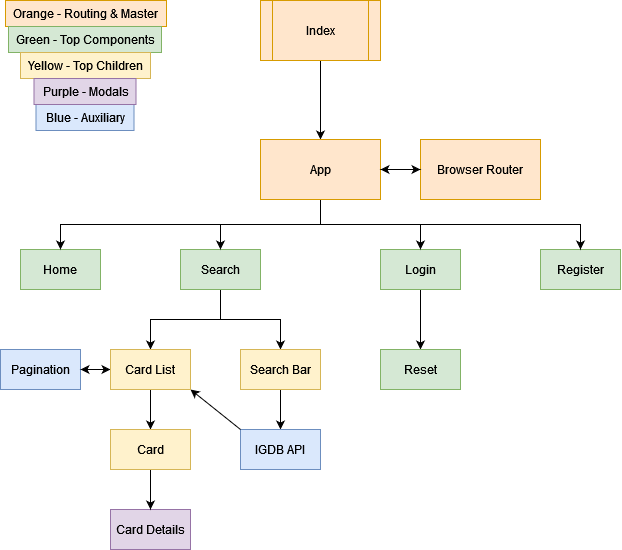
Earlier version of the draw.io export GuestArchitecture.png (EmilAvramov/react-defense-project). Source tidied: cells renumbered, new cells last; positions are measured from the earlier drawing's top-left corner, leaving out a move shared by most shapes.
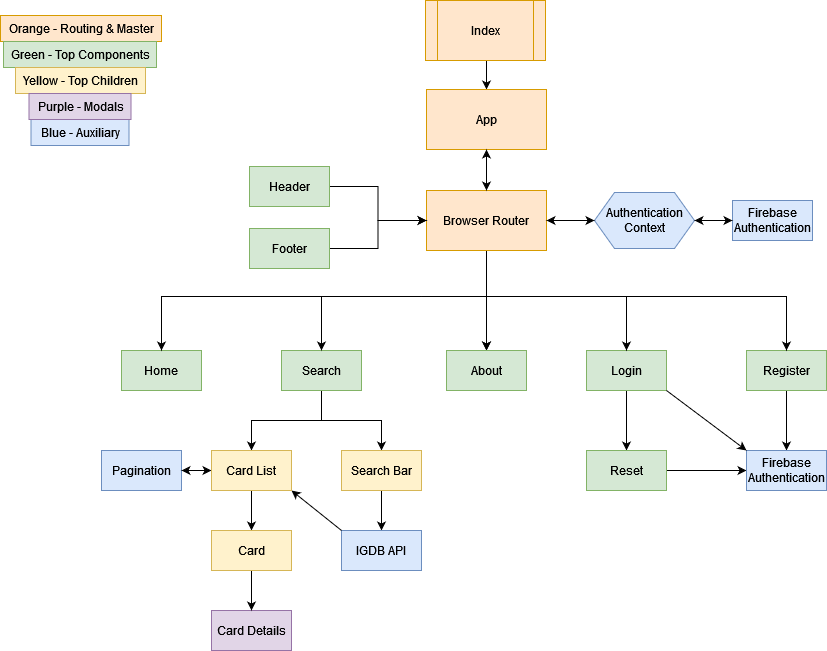
The same diagram one commit later.

Commit message:
updated guest diagram

Change to the diagram source:
```diff
@@ -6,10 +6,10 @@
       <mxGeometry relative="1" as="geometry" />
     </mxCell>
     <mxCell id="3" value="Index" style="shape=process;whiteSpace=wrap;html=1;backgroundOutline=1;fillColor=#ffe6cc;strokeColor=#d79b00;" parent="1" vertex="1">
-      <mxGeometry x="260" width="120" height="60" as="geometry" />
+      <mxGeometry x="443" y="-7" width="120" height="60" as="geometry" />
     </mxCell>
     <mxCell id="4" value="Home" style="rounded=0;whiteSpace=wrap;html=1;fillColor=#d5e8d4;strokeColor=#82b366;" parent="1" vertex="1">
-      <mxGeometry x="20" y="249" width="80" height="40" as="geometry" />
+      <mxGeometry x="139" y="343" width="80" height="40" as="geometry" />
     </mxCell>
     <mxCell id="5" style="edgeStyle=orthogonalEdgeStyle;rounded=0;jettySize=auto;html=1;exitX=0.5;exitY=1;exitDx=0;exitDy=0;entryX=0.5;entryY=0;entryDx=0;entryDy=0;" parent="1" edge="1" source="7" target="13">
       <mxGeometry relative="1" as="geometry" />
@@ -18,97 +18,152 @@
       <mxGeometry relative="1" as="geometry" />
     </mxCell>
     <mxCell id="7" value="Search" style="rounded=0;whiteSpace=wrap;html=1;fillColor=#d5e8d4;strokeColor=#82b366;" parent="1" vertex="1">
-      <mxGeometry x="180" y="249" width="80" height="40" as="geometry" />
+      <mxGeometry x="299" y="343" width="80" height="40" as="geometry" />
     </mxCell>
     <mxCell id="8" style="edgeStyle=orthogonalEdgeStyle;rounded=0;jettySize=auto;html=1;exitX=0.5;exitY=1;exitDx=0;exitDy=0;entryX=0.5;entryY=0;entryDx=0;entryDy=0;" parent="1" edge="1" source="9" target="11">
       <mxGeometry relative="1" as="geometry" />
     </mxCell>
     <mxCell id="9" value="Login" style="rounded=0;whiteSpace=wrap;html=1;fillColor=#d5e8d4;strokeColor=#82b366;" parent="1" vertex="1">
-      <mxGeometry x="380" y="249" width="80" height="40" as="geometry" />
+      <mxGeometry x="604" y="343" width="80" height="40" as="geometry" />
     </mxCell>
+    <mxCell id="38" style="edgeStyle=orthogonalEdgeStyle;rounded=0;jettySize=auto;html=1;exitX=0.5;exitY=1;exitDx=0;exitDy=0;entryX=0.5;entryY=0;entryDx=0;entryDy=0;" parent="1" edge="1" source="10" target="51">
+      <mxGeometry relative="1" as="geometry" />
+    </mxCell>
     <mxCell id="10" value="Register" style="rounded=0;whiteSpace=wrap;html=1;fillColor=#d5e8d4;strokeColor=#82b366;" parent="1" vertex="1">
-      <mxGeometry x="540" y="249" width="80" height="40" as="geometry" />
+      <mxGeometry x="764" y="343" width="80" height="40" as="geometry" />
     </mxCell>
+    <mxCell id="39" style="edgeStyle=orthogonalEdgeStyle;rounded=0;jettySize=auto;html=1;exitX=1;exitY=0.5;exitDx=0;exitDy=0;entryX=0;entryY=0.5;entryDx=0;entryDy=0;" parent="1" edge="1" source="11" target="51">
+      <mxGeometry relative="1" as="geometry" />
+    </mxCell>
     <mxCell id="11" value="Reset" style="rounded=0;whiteSpace=wrap;html=1;fillColor=#d5e8d4;strokeColor=#82b366;" parent="1" vertex="1">
-      <mxGeometry x="380" y="349" width="80" height="40" as="geometry" />
+      <mxGeometry x="604" y="443" width="80" height="40" as="geometry" />
     </mxCell>
     <mxCell id="12" style="edgeStyle=orthogonalEdgeStyle;rounded=0;jettySize=auto;html=1;exitX=0.5;exitY=1;exitDx=0;exitDy=0;entryX=0.5;entryY=0;entryDx=0;entryDy=0;" parent="1" edge="1" source="13" target="18">
       <mxGeometry relative="1" as="geometry" />
     </mxCell>
     <mxCell id="13" value="Card List" style="rounded=0;whiteSpace=wrap;html=1;fillColor=#d5e8d4;strokeColor=#82b366;" parent="1" vertex="1">
-      <mxGeometry x="110" y="349" width="80" height="40" as="geometry" />
+      <mxGeometry x="229" y="443" width="80" height="40" as="geometry" />
     </mxCell>
     <mxCell id="14" style="edgeStyle=orthogonalEdgeStyle;rounded=0;jettySize=auto;html=1;exitX=0.5;exitY=1;exitDx=0;exitDy=0;" parent="1" edge="1" source="15" target="26">
       <mxGeometry relative="1" as="geometry" />
     </mxCell>
     <mxCell id="15" value="Search Bar" style="rounded=0;whiteSpace=wrap;html=1;fillColor=#d5e8d4;strokeColor=#82b366;" parent="1" vertex="1">
-      <mxGeometry x="240" y="349" width="80" height="40" as="geometry" />
+      <mxGeometry x="359" y="443" width="80" height="40" as="geometry" />
     </mxCell>
     <mxCell id="16" value="Card Details" style="rounded=0;whiteSpace=wrap;html=1;fillColor=#e1d5e7;strokeColor=#9673a6;" parent="1" vertex="1">
-      <mxGeometry x="110" y="509" width="80" height="40" as="geometry" />
+      <mxGeometry x="229" y="603" width="80" height="40" as="geometry" />
     </mxCell>
     <mxCell id="17" style="edgeStyle=orthogonalEdgeStyle;rounded=0;jettySize=auto;html=1;exitX=0.5;exitY=1;exitDx=0;exitDy=0;entryX=0.5;entryY=0;entryDx=0;entryDy=0;" parent="1" edge="1" source="18" target="16">
       <mxGeometry relative="1" as="geometry" />
     </mxCell>
     <mxCell id="18" value="Card" style="rounded=0;whiteSpace=wrap;html=1;fillColor=#d5e8d4;strokeColor=#82b366;" parent="1" vertex="1">
-      <mxGeometry x="110" y="429" width="80" height="40" as="geometry" />
+      <mxGeometry x="229" y="523" width="80" height="40" as="geometry" />
     </mxCell>
-    <mxCell id="19" style="edgeStyle=orthogonalEdgeStyle;rounded=0;jettySize=auto;html=1;exitX=0.5;exitY=1;exitDx=0;exitDy=0;entryX=0.5;entryY=0;entryDx=0;entryDy=0;" parent="1" edge="1" source="23" target="7">
-      <mxGeometry relative="1" as="geometry" />
+    <mxCell id="19" style="edgeStyle=orthogonalEdgeStyle;rounded=0;jettySize=auto;html=1;exitX=0.5;exitY=1;exitDx=0;exitDy=0;entryX=0.5;entryY=0;entryDx=0;entryDy=0;" parent="1" edge="1" target="7">
+      <mxGeometry relative="1" as="geometry">
+        <mxPoint x="439" y="289" as="sourcePoint" />
+      </mxGeometry>
     </mxCell>
-    <mxCell id="20" style="edgeStyle=orthogonalEdgeStyle;rounded=0;jettySize=auto;html=1;exitX=0.5;exitY=1;exitDx=0;exitDy=0;entryX=0.5;entryY=0;entryDx=0;entryDy=0;" parent="1" edge="1" source="23" target="4">
-      <mxGeometry relative="1" as="geometry" />
+    <mxCell id="20" style="edgeStyle=orthogonalEdgeStyle;rounded=0;jettySize=auto;html=1;exitX=0.5;exitY=1;exitDx=0;exitDy=0;entryX=0.5;entryY=0;entryDx=0;entryDy=0;" parent="1" edge="1" target="4">
+      <mxGeometry relative="1" as="geometry">
+        <mxPoint x="439" y="289" as="sourcePoint" />
+      </mxGeometry>
     </mxCell>
-    <mxCell id="21" style="edgeStyle=orthogonalEdgeStyle;rounded=0;jettySize=auto;html=1;exitX=0.5;exitY=1;exitDx=0;exitDy=0;entryX=0.5;entryY=0;entryDx=0;entryDy=0;" parent="1" edge="1" source="23" target="9">
-      <mxGeometry relative="1" as="geometry" />
+    <mxCell id="21" style="edgeStyle=orthogonalEdgeStyle;rounded=0;jettySize=auto;html=1;exitX=0.5;exitY=1;exitDx=0;exitDy=0;entryX=0.5;entryY=0;entryDx=0;entryDy=0;" parent="1" edge="1" target="9">
+      <mxGeometry relative="1" as="geometry">
+        <mxPoint x="439" y="289" as="sourcePoint" />
+      </mxGeometry>
     </mxCell>
-    <mxCell id="22" style="edgeStyle=orthogonalEdgeStyle;rounded=0;jettySize=auto;html=1;exitX=0.5;exitY=1;exitDx=0;exitDy=0;entryX=0.5;entryY=0;entryDx=0;entryDy=0;" parent="1" edge="1" source="23" target="10">
-      <mxGeometry relative="1" as="geometry" />
+    <mxCell id="22" style="edgeStyle=orthogonalEdgeStyle;rounded=0;jettySize=auto;html=1;exitX=0.5;exitY=1;exitDx=0;exitDy=0;entryX=0.5;entryY=0;entryDx=0;entryDy=0;" parent="1" edge="1" target="10">
+      <mxGeometry relative="1" as="geometry">
+        <mxPoint x="439" y="289" as="sourcePoint" />
+      </mxGeometry>
     </mxCell>
     <mxCell id="23" value="App" style="rounded=0;whiteSpace=wrap;html=1;fillColor=#ffe6cc;strokeColor=#d79b00;" parent="1" vertex="1">
-      <mxGeometry x="260" y="139" width="120" height="60" as="geometry" />
+      <mxGeometry x="444" y="82" width="120" height="60" as="geometry" />
     </mxCell>
     <mxCell id="24" value="Pagination" style="rounded=0;whiteSpace=wrap;html=1;fillColor=#dae8fc;strokeColor=#6c8ebf;" parent="1" vertex="1">
-      <mxGeometry y="349" width="80" height="40" as="geometry" />
+      <mxGeometry x="119" y="443" width="80" height="40" as="geometry" />
     </mxCell>
     <mxCell id="25" style="endArrow=classic;startArrow=classic;html=1;rounded=0;exitX=1;exitY=0.5;exitDx=0;exitDy=0;entryX=0;entryY=0.5;entryDx=0;entryDy=0;" parent="1" edge="1" source="24" target="13">
       <mxGeometry relative="1" as="geometry" />
     </mxCell>
     <mxCell id="26" value="IGDB API" style="rounded=0;whiteSpace=wrap;html=1;fillColor=#dae8fc;strokeColor=#6c8ebf;" parent="1" vertex="1">
-      <mxGeometry x="240" y="429" width="80" height="40" as="geometry" />
+      <mxGeometry x="359" y="523" width="80" height="40" as="geometry" />
     </mxCell>
     <mxCell id="27" style="endArrow=classic;html=1;rounded=0;exitX=0;exitY=0;exitDx=0;exitDy=0;entryX=1;entryY=1;entryDx=0;entryDy=0;" parent="1" edge="1" source="26" target="13">
       <mxGeometry relative="1" as="geometry" />
     </mxCell>
     <mxCell id="28" value="Orange - Routing &amp;amp; Master" style="text;html=1;align=center;verticalAlign=middle;strokeColor=#d79b00;fillColor=#ffe6cc;" parent="1" vertex="1">
-      <mxGeometry x="5" width="161" height="26" as="geometry" />
+      <mxGeometry x="18" y="8" width="161" height="26" as="geometry" />
     </mxCell>
     <mxCell id="29" value="Green - Top Components" style="text;html=1;align=center;verticalAlign=middle;strokeColor=#82b366;fillColor=#d5e8d4;" parent="1" vertex="1">
-      <mxGeometry x="8" y="26" width="153" height="26" as="geometry" />
+      <mxGeometry x="21" y="34" width="153" height="26" as="geometry" />
     </mxCell>
     <mxCell id="30" value="Card List" style="rounded=0;whiteSpace=wrap;html=1;fillColor=#fff2cc;strokeColor=#d6b656;" parent="1" vertex="1">
-      <mxGeometry x="110" y="349" width="80" height="40" as="geometry" />
+      <mxGeometry x="229" y="443" width="80" height="40" as="geometry" />
     </mxCell>
     <mxCell id="31" value="Search Bar" style="rounded=0;whiteSpace=wrap;html=1;fillColor=#fff2cc;strokeColor=#d6b656;" parent="1" vertex="1">
-      <mxGeometry x="240" y="349" width="80" height="40" as="geometry" />
+      <mxGeometry x="359" y="443" width="80" height="40" as="geometry" />
     </mxCell>
     <mxCell id="32" value="Card" style="rounded=0;whiteSpace=wrap;html=1;fillColor=#fff2cc;strokeColor=#d6b656;" parent="1" vertex="1">
-      <mxGeometry x="110" y="429" width="80" height="40" as="geometry" />
+      <mxGeometry x="229" y="523" width="80" height="40" as="geometry" />
     </mxCell>
     <mxCell id="33" value="Yellow - Top Children" style="text;html=1;align=center;verticalAlign=middle;strokeColor=#d6b656;fillColor=#fff2cc;" parent="1" vertex="1">
-      <mxGeometry x="20" y="52" width="130" height="26" as="geometry" />
+      <mxGeometry x="33" y="60" width="130" height="26" as="geometry" />
     </mxCell>
+    <mxCell id="40" style="edgeStyle=orthogonalEdgeStyle;rounded=0;jettySize=auto;html=1;exitX=0.5;exitY=1;exitDx=0;exitDy=0;" parent="1" edge="1" target="50">
+      <mxGeometry relative="1" as="geometry">
+        <mxPoint x="439" y="289" as="sourcePoint" />
+      </mxGeometry>
+    </mxCell>
+    <mxCell id="41" style="edgeStyle=orthogonalEdgeStyle;rounded=0;jettySize=auto;html=1;exitX=0.5;exitY=1;exitDx=0;exitDy=0;" parent="1" edge="1" source="34" target="50">
+      <mxGeometry relative="1" as="geometry" />
+    </mxCell>
     <mxCell id="34" value="Browser Router" style="rounded=0;whiteSpace=wrap;html=1;fillColor=#ffe6cc;strokeColor=#d79b00;" parent="1" vertex="1">
-      <mxGeometry x="420" y="139" width="120" height="60" as="geometry" />
+      <mxGeometry x="444" y="183" width="120" height="60" as="geometry" />
     </mxCell>
-    <mxCell id="35" style="endArrow=classic;startArrow=classic;html=1;rounded=0;entryX=0;entryY=0.5;entryDx=0;entryDy=0;exitX=1;exitY=0.5;exitDx=0;exitDy=0;" parent="1" edge="1" source="23" target="34">
+    <mxCell id="35" style="endArrow=classic;startArrow=classic;html=1;rounded=0;entryX=0.5;entryY=0;entryDx=0;entryDy=0;exitX=0.5;exitY=1;exitDx=0;exitDy=0;" parent="1" edge="1" source="23" target="34">
       <mxGeometry relative="1" as="geometry" />
     </mxCell>
     <mxCell id="36" value="Blue - Auxiliary" style="text;html=1;align=center;verticalAlign=middle;strokeColor=#6c8ebf;fillColor=#dae8fc;" parent="1" vertex="1">
-      <mxGeometry x="35.5" y="104" width="98" height="26" as="geometry" />
+      <mxGeometry x="48.5" y="112" width="98" height="26" as="geometry" />
     </mxCell>
     <mxCell id="37" value="Purple - Modals" style="text;html=1;align=center;verticalAlign=middle;strokeColor=#9673a6;fillColor=#e1d5e7;" parent="1" vertex="1">
-      <mxGeometry x="33.5" y="78" width="102" height="26" as="geometry" />
+      <mxGeometry x="46.5" y="86" width="102" height="26" as="geometry" />
     </mxCell>
+    <mxCell id="42" style="edgeStyle=orthogonalEdgeStyle;rounded=0;jettySize=auto;html=1;exitX=1;exitY=0.5;exitDx=0;exitDy=0;entryX=0;entryY=0.5;entryDx=0;entryDy=0;" parent="1" edge="1" source="43" target="34">
+      <mxGeometry relative="1" as="geometry" />
+    </mxCell>
+    <mxCell id="43" value="Footer" style="rounded=0;whiteSpace=wrap;html=1;fillColor=#d5e8d4;strokeColor=#82b366;" parent="1" vertex="1">
+      <mxGeometry x="267" y="221" width="80" height="40" as="geometry" />
+    </mxCell>
+    <mxCell id="44" style="edgeStyle=orthogonalEdgeStyle;rounded=0;jettySize=auto;html=1;exitX=1;exitY=0.5;exitDx=0;exitDy=0;entryX=0;entryY=0.5;entryDx=0;entryDy=0;" parent="1" edge="1" source="45" target="34">
+      <mxGeometry relative="1" as="geometry" />
+    </mxCell>
+    <mxCell id="45" value="Header" style="rounded=0;whiteSpace=wrap;html=1;fillColor=#d5e8d4;strokeColor=#82b366;" parent="1" vertex="1">
+      <mxGeometry x="267" y="159" width="80" height="40" as="geometry" />
+    </mxCell>
+    <mxCell id="46" value="Authentication Context" style="shape=hexagon;perimeter=hexagonPerimeter2;whiteSpace=wrap;html=1;fixedSize=1;fillColor=#dae8fc;strokeColor=#6c8ebf;" parent="1" vertex="1">
+      <mxGeometry x="612" y="185" width="100" height="56" as="geometry" />
+    </mxCell>
+    <mxCell id="47" value="Firebase Authentication" style="rounded=0;whiteSpace=wrap;html=1;fillColor=#dae8fc;strokeColor=#6c8ebf;" parent="1" vertex="1">
+      <mxGeometry x="750" y="193" width="80" height="40" as="geometry" />
+    </mxCell>
+    <mxCell id="48" style="endArrow=classic;startArrow=classic;html=1;rounded=0;strokeColor=#000000;exitX=1;exitY=0.5;exitDx=0;exitDy=0;entryX=0;entryY=0.5;entryDx=0;entryDy=0;" parent="1" edge="1" source="46" target="47">
+      <mxGeometry relative="1" as="geometry" />
+    </mxCell>
+    <mxCell id="49" style="endArrow=classic;startArrow=classic;html=1;rounded=0;strokeColor=#000000;exitX=1;exitY=0.5;exitDx=0;exitDy=0;entryX=0;entryY=0.5;entryDx=0;entryDy=0;" parent="1" edge="1" source="34" target="46">
+      <mxGeometry relative="1" as="geometry" />
+    </mxCell>
+    <mxCell id="50" value="About" style="rounded=0;whiteSpace=wrap;html=1;fillColor=#d5e8d4;strokeColor=#82b366;" parent="1" vertex="1">
+      <mxGeometry x="464" y="343" width="80" height="40" as="geometry" />
+    </mxCell>
+    <mxCell id="51" value="Firebase Authentication" style="rounded=0;whiteSpace=wrap;html=1;fillColor=#dae8fc;strokeColor=#6c8ebf;" parent="1" vertex="1">
+      <mxGeometry x="764" y="443" width="80" height="40" as="geometry" />
+    </mxCell>
+    <mxCell id="52" style="endArrow=classic;html=1;rounded=0;exitX=1;exitY=1;exitDx=0;exitDy=0;entryX=0;entryY=0;entryDx=0;entryDy=0;" parent="1" edge="1" source="9" target="51">
+      <mxGeometry relative="1" as="geometry" />
+    </mxCell>
   </root>
 </mxGraphModel>
```
